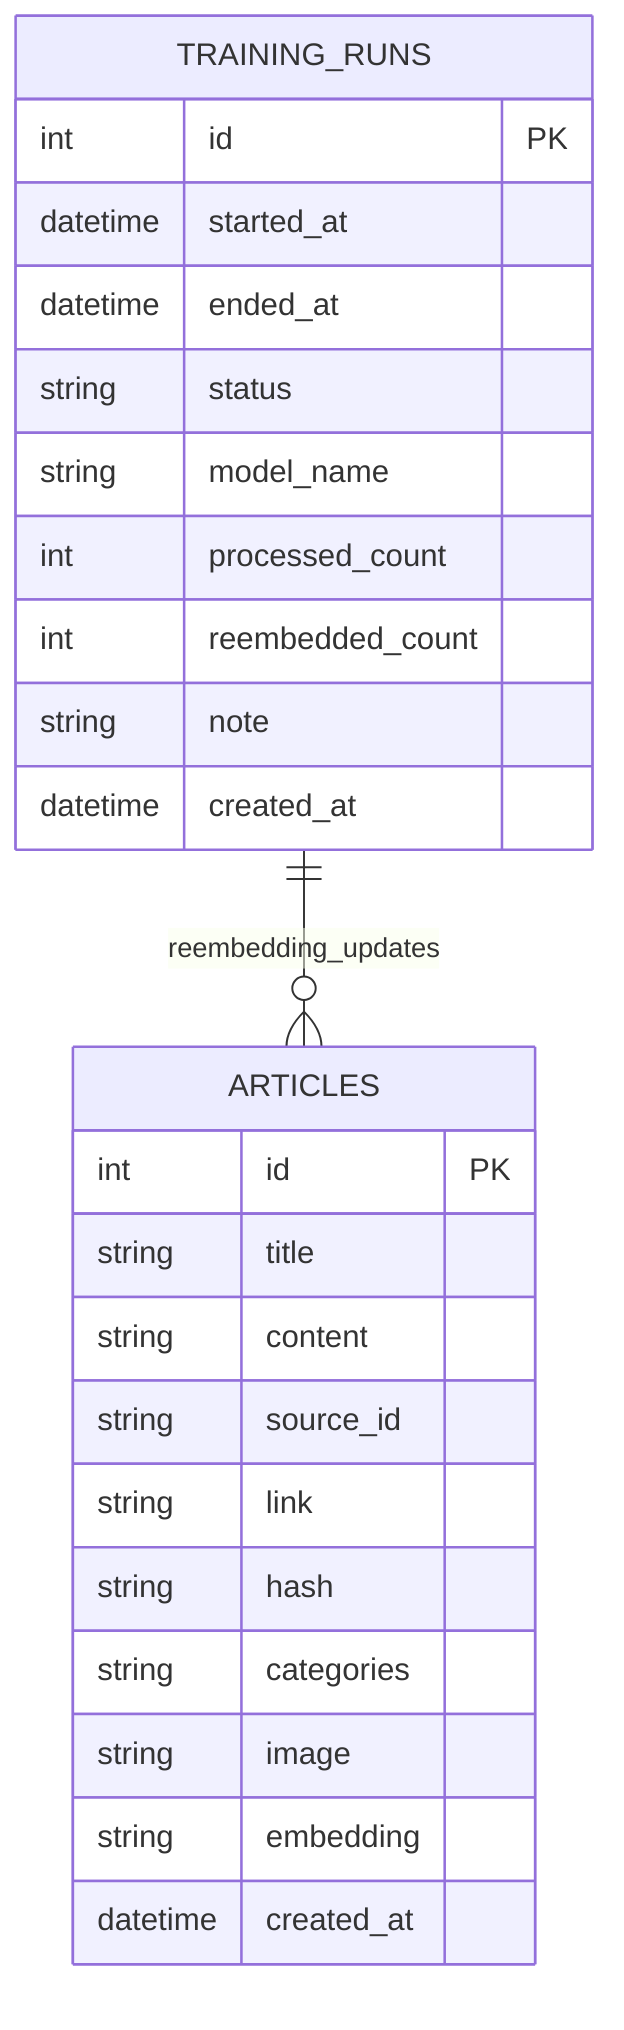
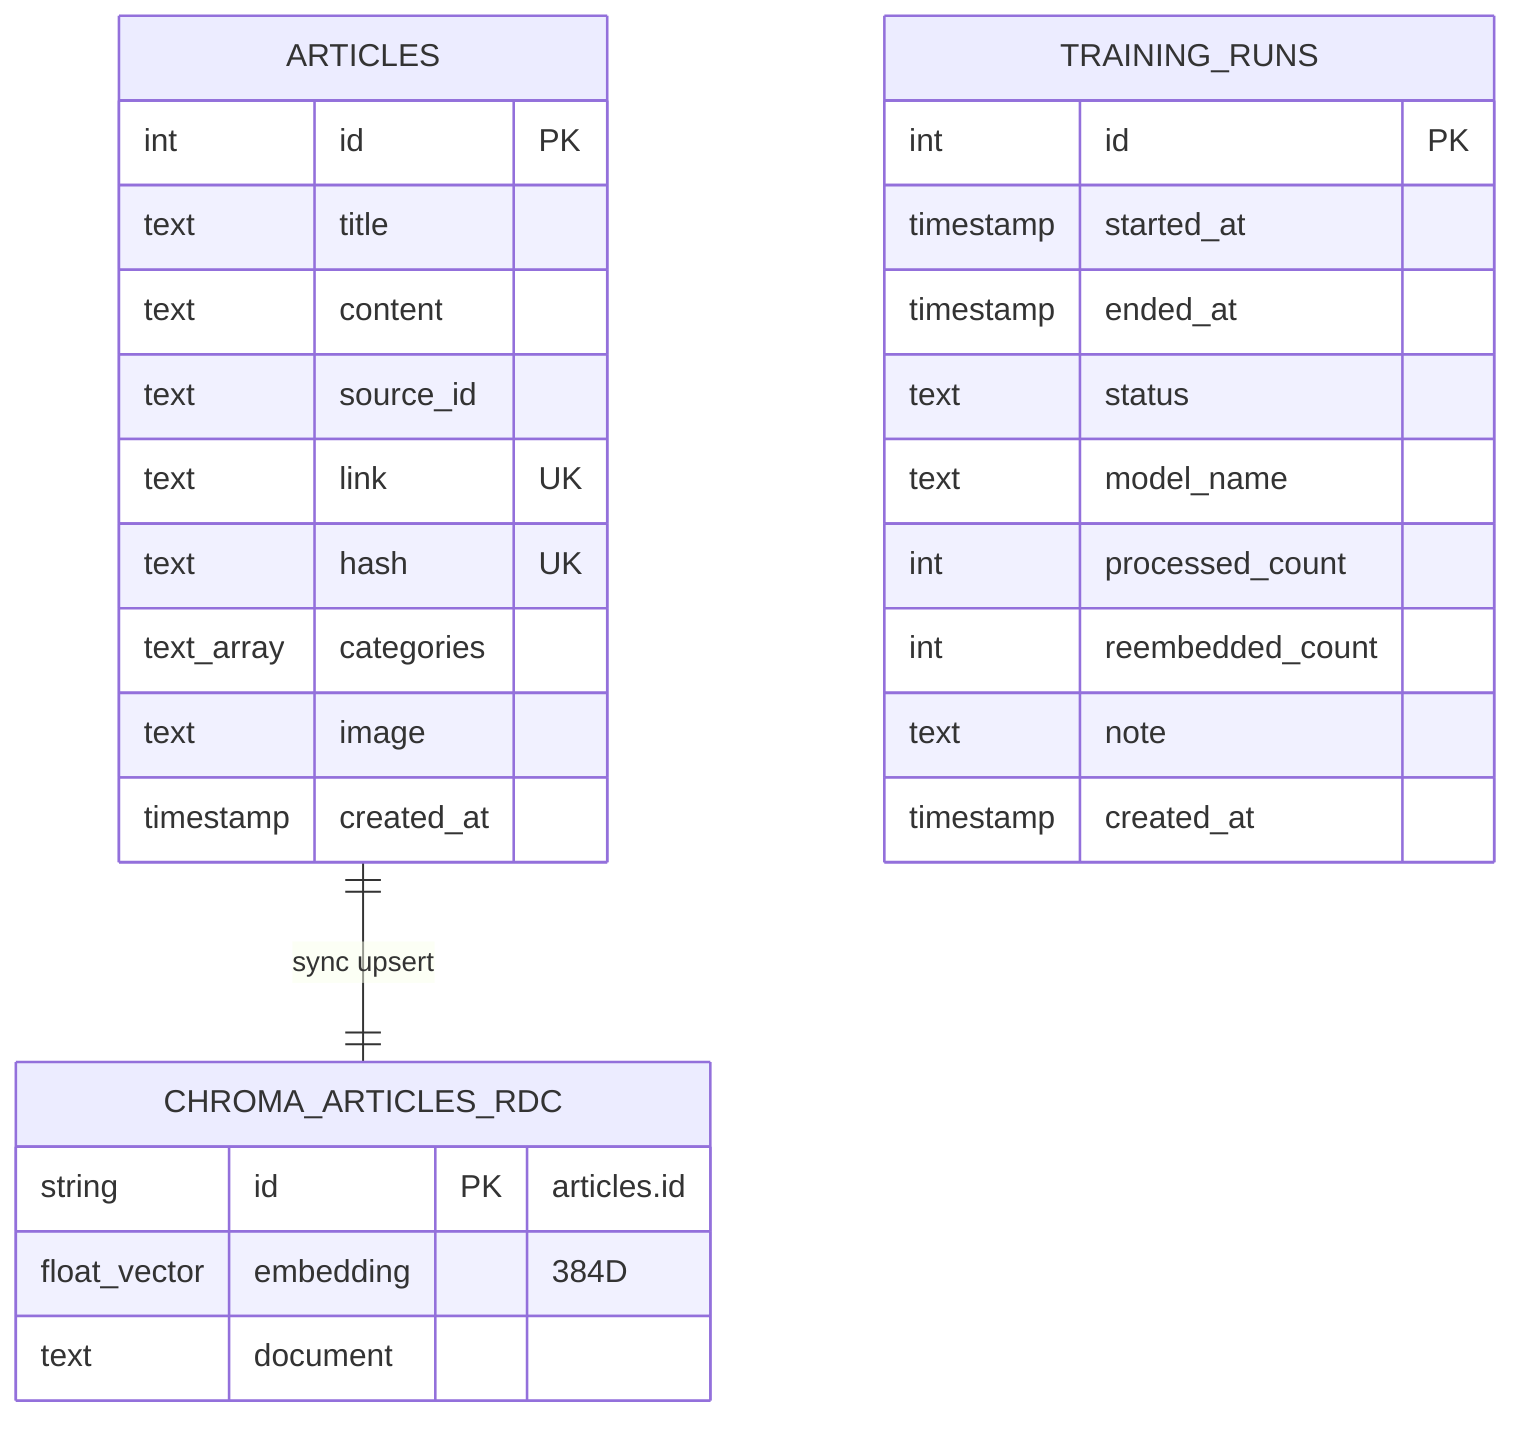
+ %% PostgreSQL seul — pas de embedding dans articles (vecteurs = ChromaDB)
+ %% ERD global : thesis/figures/05-erd-donnees.mmd
+ 
erDiagram
    ARTICLES {
        int id PK
-         string title
-         string content
-         string source_id
-         string link
-         string hash
-         string categories
-         string image
-         string embedding
-         datetime created_at
+         text title
+         text content
+         text source_id
+         text link UK
+         text hash UK
+         text_array categories
+         text image
+         timestamp created_at
    }

    TRAINING_RUNS {
        int id PK
-         datetime started_at
-         datetime ended_at
-         string status
-         string model_name
+         timestamp started_at
+         timestamp ended_at
+         text status
+         text model_name
        int processed_count
        int reembedded_count
-         string note
-         datetime created_at
+         text note
+         timestamp created_at
    }

-     TRAINING_RUNS ||--o{ ARTICLES : reembedding_updates
+     CHROMA_ARTICLES_RDC {
+         string id PK "articles.id"
+         float_vector embedding "384D"
+         text document
+     }
+ 
+     ARTICLES ||--|| CHROMA_ARTICLES_RDC : "sync upsert"
